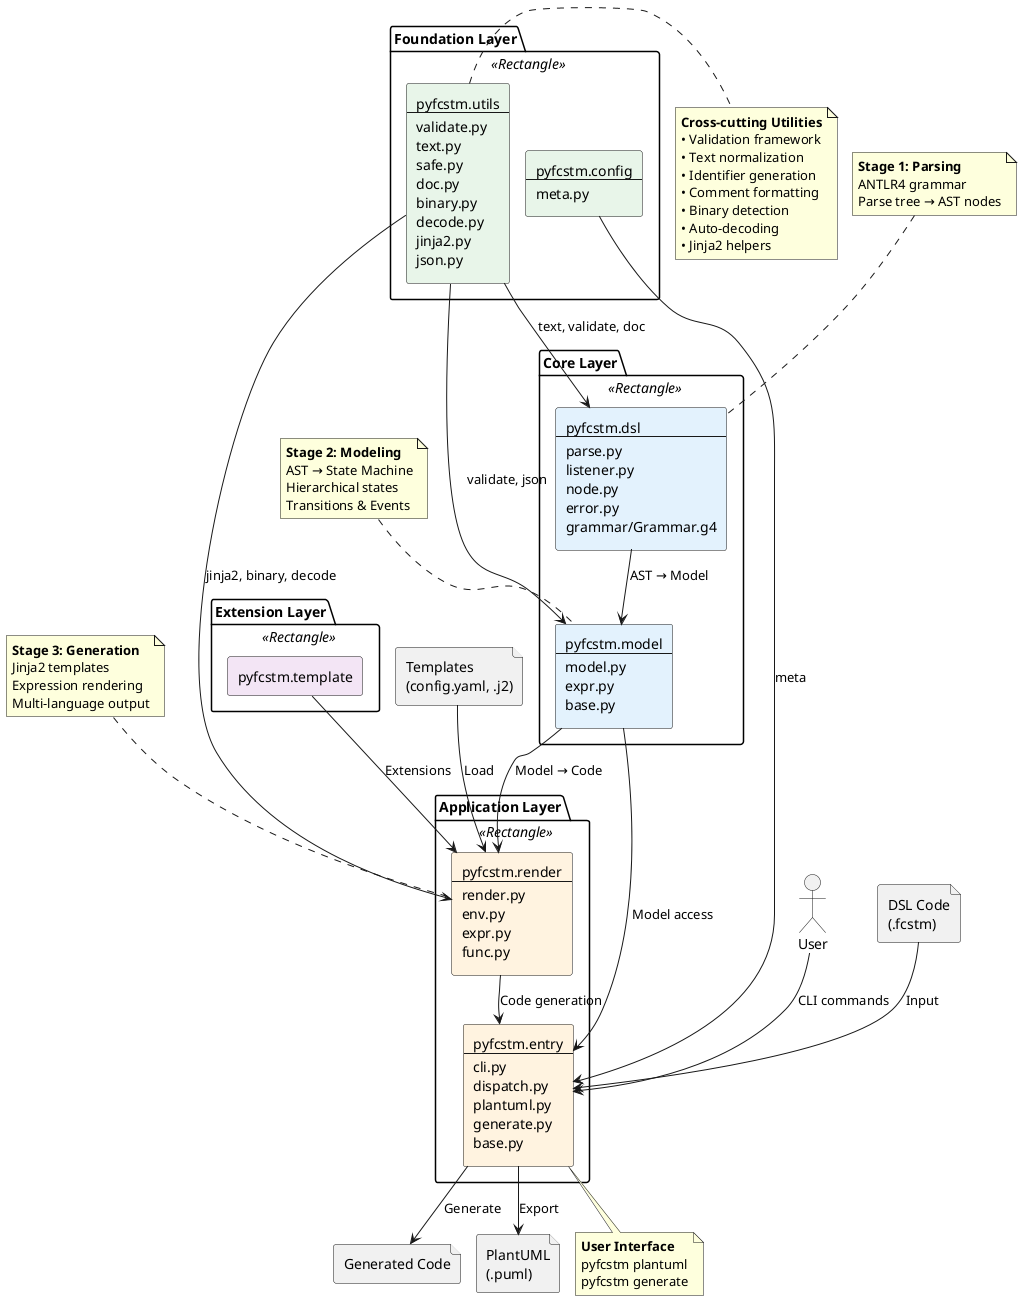
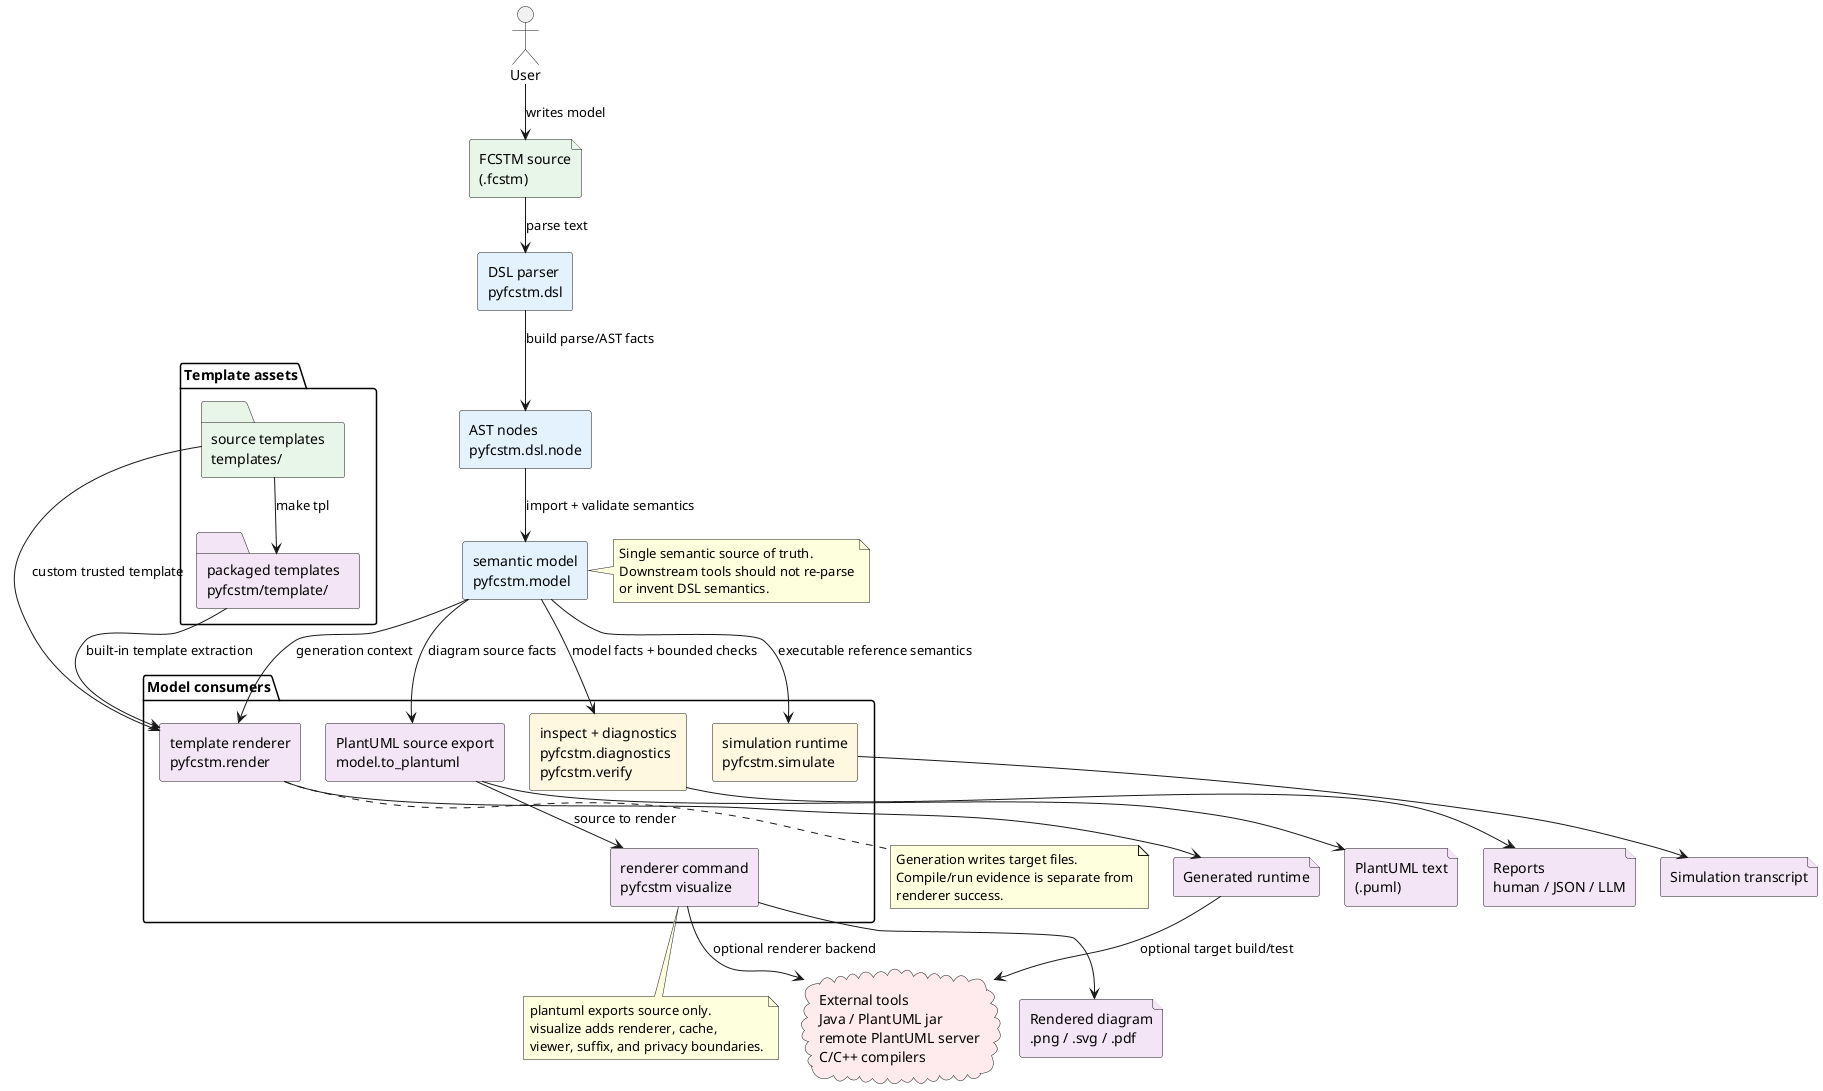
@startuml
- !define FOUNDATION_COLOR #E8F5E9
- !define CORE_COLOR #E3F2FD
- !define APPLICATION_COLOR #FFF3E0
- !define EXTENSION_COLOR #F3E5F5
- 
skinparam componentStyle rectangle
- skinparam nodesep 15
- skinparam ranksep 30
skinparam backgroundColor white
skinparam shadowing false
+ skinparam nodesep 25
+ skinparam ranksep 35
+ skinparam packageTitleAlignment left

- ' Foundation Layer
- package "Foundation Layer" <<Rectangle>> {
-     component [pyfcstm.config\n----\nmeta.py] as config FOUNDATION_COLOR
-     component [pyfcstm.utils\n----\nvalidate.py\ntext.py\nsafe.py\ndoc.py\nbinary.py\ndecode.py\njinja2.py\njson.py] as utils FOUNDATION_COLOR
+ !define SOURCE #E8F5E9
+ !define CORE #E3F2FD
+ !define ANALYSIS #FFF8E1
+ !define OUTPUT #F3E5F5
+ !define EXTERNAL #FFEBEE
+ 
+ actor User
+ file "FCSTM source\n(.fcstm)" as source SOURCE
+ component "DSL parser\npyfcstm.dsl" as parser CORE
+ component "AST nodes\npyfcstm.dsl.node" as ast CORE
+ component "semantic model\npyfcstm.model" as model CORE
+ 
+ package "Model consumers" {
+   component "inspect + diagnostics\npyfcstm.diagnostics\npyfcstm.verify" as inspect ANALYSIS
+   component "simulation runtime\npyfcstm.simulate" as simulate ANALYSIS
+   component "PlantUML source export\nmodel.to_plantuml" as plantuml OUTPUT
+   component "renderer command\npyfcstm visualize" as visualize OUTPUT
+   component "template renderer\npyfcstm.render" as render OUTPUT
}

- ' Core Layer
- package "Core Layer" <<Rectangle>> {
-     component [pyfcstm.dsl\n----\nparse.py\nlistener.py\nnode.py\nerror.py\ngrammar/Grammar.g4] as dsl CORE_COLOR
-     component [pyfcstm.model\n----\nmodel.py\nexpr.py\nbase.py] as model CORE_COLOR
+ package "Template assets" {
+   folder "source templates\ntemplates/" as templates SOURCE
+   folder "packaged templates\npyfcstm/template/" as packaged OUTPUT
}

- ' Application Layer
- package "Application Layer" <<Rectangle>> {
-     component [pyfcstm.render\n----\nrender.py\nenv.py\nexpr.py\nfunc.py] as render APPLICATION_COLOR
-     component [pyfcstm.entry\n----\ncli.py\ndispatch.py\nplantuml.py\ngenerate.py\nbase.py] as entry APPLICATION_COLOR
- }
+ cloud "External tools\nJava / PlantUML jar\nremote PlantUML server\nC/C++ compilers" as external EXTERNAL
+ file "Reports\nhuman / JSON / LLM" as reports OUTPUT
+ file "Simulation transcript" as transcript OUTPUT
+ file "PlantUML text\n(.puml)" as puml OUTPUT
+ file "Rendered diagram\n.png / .svg / .pdf" as diagram OUTPUT
+ file "Generated runtime" as runtime OUTPUT

- ' Extension Layer
- package "Extension Layer" <<Rectangle>> {
-     component [pyfcstm.template] as template EXTENSION_COLOR
- }
+ User --> source : writes model
+ source --> parser : parse text
+ parser --> ast : build parse/AST facts
+ ast --> model : import + validate semantics
+ model --> inspect : model facts + bounded checks
+ model --> simulate : executable reference semantics
+ model --> plantuml : diagram source facts
+ plantuml --> visualize : source to render
+ model --> render : generation context

- ' External entities
- actor User
- file "DSL Code\n(.fcstm)" as dsl_file
- file "Templates\n(config.yaml, .j2)" as template_files
- file "Generated Code" as output_code
- file "PlantUML\n(.puml)" as plantuml_file
+ templates --> packaged : make tpl
+ packaged --> render : built-in template extraction
+ templates --> render : custom trusted template

- ' User interactions
- User --> entry : CLI commands
- dsl_file --> entry : Input
- template_files --> render : Load
- entry --> output_code : Generate
- entry --> plantuml_file : Export
+ inspect --> reports
+ simulate --> transcript
+ plantuml --> puml
+ visualize --> diagram
+ render --> runtime
+ visualize --> external : optional renderer backend
+ runtime --> external : optional target build/test

- ' Layer dependencies
- utils -down-> dsl : text, validate, doc
- utils -down-> model : validate, json
- utils -down-> render : jinja2, binary, decode
- config -down-> entry : meta
- 
- dsl -down-> model : AST → Model
- model -down-> render : Model → Code
- model -down-> entry : Model access
- 
- render -down-> entry : Code generation
- template -down-> render : Extensions
- 
- ' Data flow annotations
- note top of dsl
-     **Stage 1: Parsing**
-     ANTLR4 grammar
-     Parse tree → AST nodes
+ note right of model
+   Single semantic source of truth.
+   Downstream tools should not re-parse
+   or invent DSL semantics.
end note

- note top of model
-     **Stage 2: Modeling**
-     AST → State Machine
-     Hierarchical states
-     Transitions & Events
+ note bottom of visualize
+   plantuml exports source only.
+   visualize adds renderer, cache,
+   viewer, suffix, and privacy boundaries.
end note

- note top of render
-     **Stage 3: Generation**
-     Jinja2 templates
-     Expression rendering
-     Multi-language output
+ note bottom of render
+   Generation writes target files.
+   Compile/run evidence is separate from
+   renderer success.
end note
- 
- note bottom of entry
-     **User Interface**
-     pyfcstm plantuml
-     pyfcstm generate
- end note
- 
- note right of utils
-     **Cross-cutting Utilities**
-     • Validation framework
-     • Text normalization
-     • Identifier generation
-     • Comment formatting
-     • Binary detection
-     • Auto-decoding
-     • Jinja2 helpers
- end note
- 
- @enduml+ @enduml
